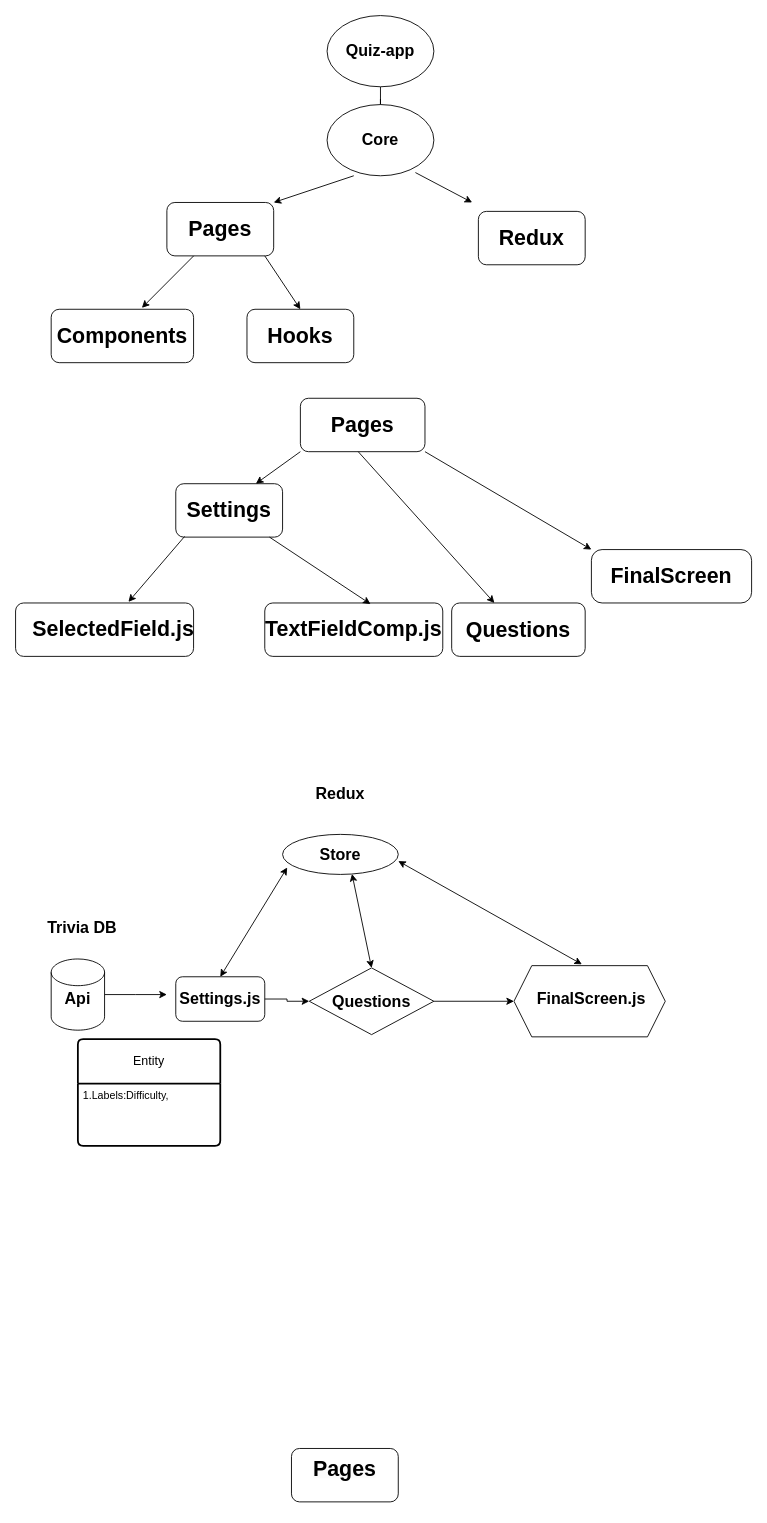
Above: quizApp-system-design.drawio in Murvat/Quiz-app (draw.io), before the change. Source tidied: cells renumbered, new cells numbered last; positions are measured from the earlier drawing's top-left corner, leaving out a move shared by most shapes. Both pictures are drawn from the tidied source at 89%, with x=0, y=0 at pixel (15, 15).
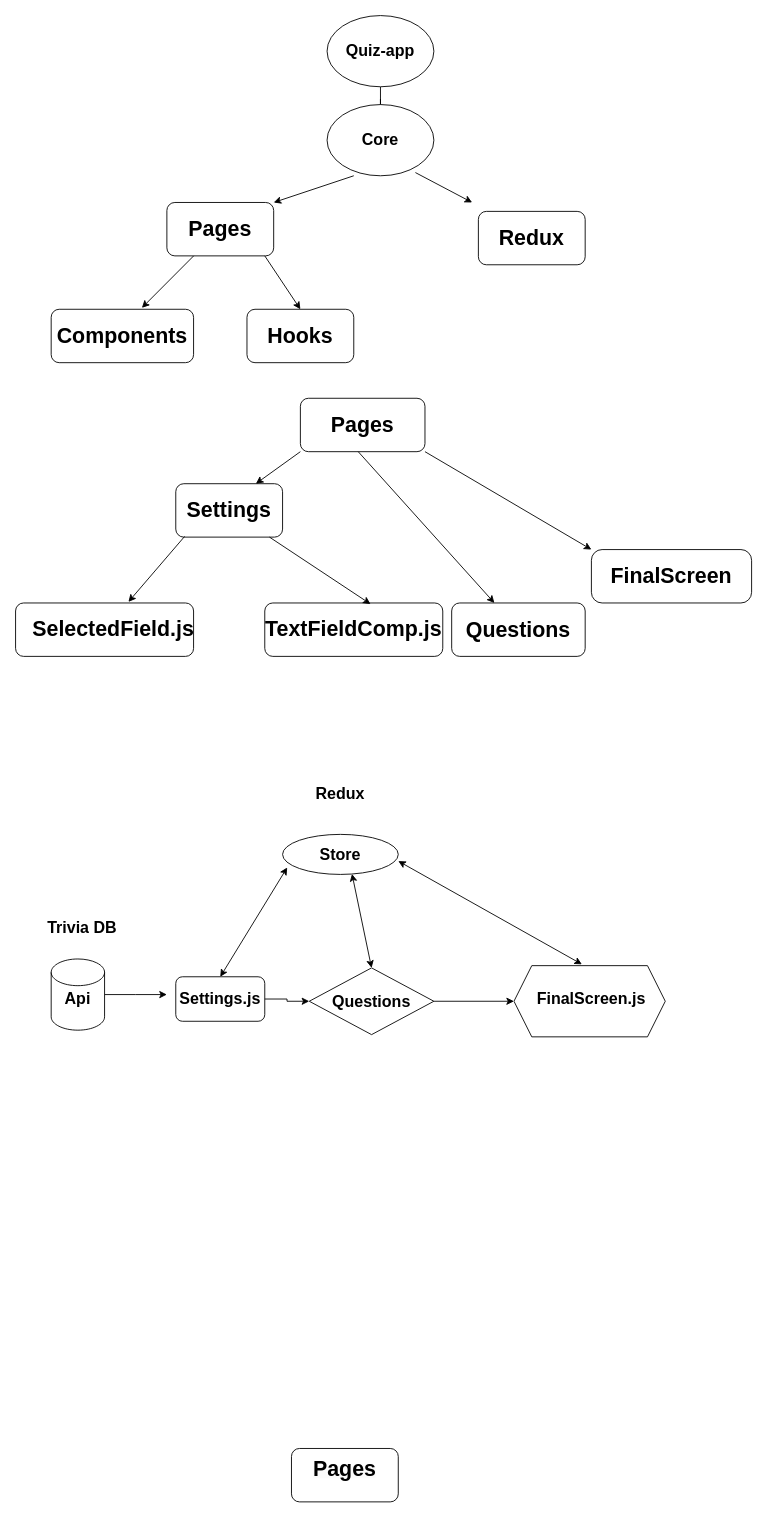
Above is the later version.

Change to the diagram source:
```diff
@@
-    <mxCell id="52" value="Entity" style="swimlane;horizontal=1;startSize=50;rounded=1;fontSize=14;fontStyle=0;strokeWidth=2;shadow=0;dashed=0;align=center;arcSize=4;whiteSpace=wrap;html=1;" parent="1" vertex="1">
-      <mxGeometry x="70" y="1150" width="160" height="120" as="geometry" />
-    </mxCell>
-    <mxCell id="53" value="1.Labels:Difficulty," style="align=left;strokeColor=none;fillColor=none;spacingLeft=4;fontSize=12;verticalAlign=top;html=1;" parent="52" vertex="1">
-      <mxGeometry y="50" width="160" height="70" as="geometry" />
-    </mxCell>
```
